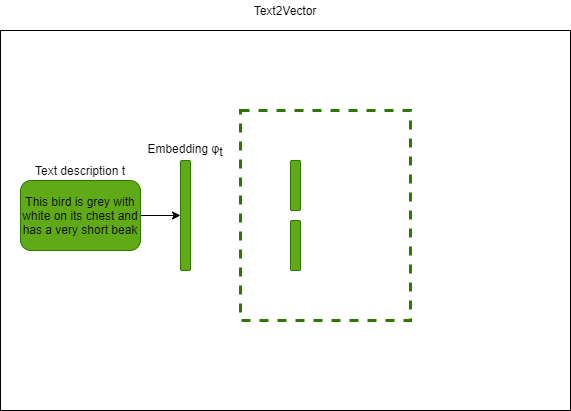
KJ-black/DLP_Project_S_IntroVAE keeps this draw.io diagram as models/Network.png. Above is the earlier version. Source tidied: cells renumbered, new cells last; positions are measured from the earlier drawing's top-left corner, leaving out a move shared by most shapes.
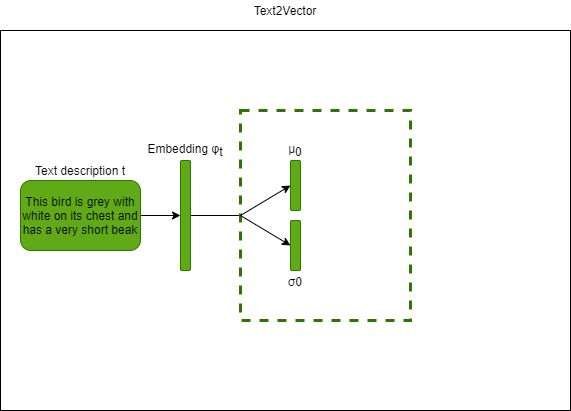
The same diagram one commit later.

The edit, as a diff of the source:
```diff
@@ -17,6 +17,9 @@
     <mxCell id="6" value="&lt;font style=&quot;font-size: 12px&quot;&gt;Text description t&lt;/font&gt;" style="text;html=1;strokeColor=none;fillColor=none;align=center;verticalAlign=middle;whiteSpace=wrap;rounded=0;" parent="1" vertex="1">
       <mxGeometry x="30" y="160" width="100" height="20" as="geometry" />
     </mxCell>
+    <mxCell id="12" style="edgeStyle=orthogonalEdgeStyle;rounded=0;jettySize=auto;html=1;endArrow=none;endFill=0;" parent="1" edge="1" source="7" target="9">
+      <mxGeometry relative="1" as="geometry" />
+    </mxCell>
     <mxCell id="7" style="rounded=1;whiteSpace=wrap;html=1;fillColor=#60a917;strokeColor=#2D7600;fontColor=#ffffff;strokeWidth=0;" parent="1" vertex="1">
       <mxGeometry x="180" y="160" width="10" height="110" as="geometry" />
     </mxCell>
@@ -32,5 +35,17 @@
     <mxCell id="11" style="rounded=1;whiteSpace=wrap;html=1;fillColor=#60a917;strokeColor=#2D7600;fontColor=#ffffff;strokeWidth=0;" parent="1" vertex="1">
       <mxGeometry x="290" y="220" width="10" height="50" as="geometry" />
     </mxCell>
+    <mxCell id="13" style="endArrow=classic;html=1;entryX=0;entryY=0.5;entryDx=0;entryDy=0;exitX=0;exitY=0.5;exitDx=0;exitDy=0;" parent="1" edge="1" source="9" target="10">
+      <mxGeometry relative="1" as="geometry" />
+    </mxCell>
+    <mxCell id="14" style="endArrow=classic;html=1;entryX=0;entryY=0.5;entryDx=0;entryDy=0;exitX=0;exitY=0.5;exitDx=0;exitDy=0;" parent="1" edge="1" source="9" target="11">
+      <mxGeometry relative="1" as="geometry" />
+    </mxCell>
+    <mxCell id="15" value="μ&lt;sub&gt;0&lt;/sub&gt;" style="text;html=1;strokeColor=none;fillColor=none;align=center;verticalAlign=middle;whiteSpace=wrap;rounded=0;" parent="1" vertex="1">
+      <mxGeometry x="245" y="140" width="100" height="20" as="geometry" />
+    </mxCell>
+    <mxCell id="16" value="&lt;sub&gt;σ0&lt;/sub&gt;" style="text;html=1;strokeColor=none;fillColor=none;align=center;verticalAlign=middle;whiteSpace=wrap;rounded=0;" parent="1" vertex="1">
+      <mxGeometry x="245" y="270" width="100" height="20" as="geometry" />
+    </mxCell>
   </root>
 </mxGraphModel>
```
